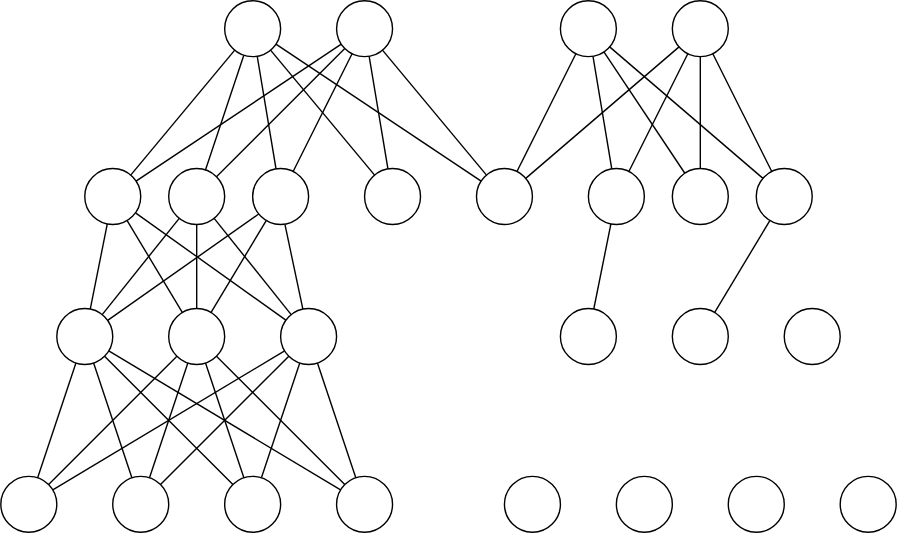
Above: MiKee.svg in mikee-AI/Udacity (draw.io), before the change. Source tidied: cells renumbered, new cells last; positions are measured from the earlier drawing's top-left corner, leaving out a move shared by most shapes.
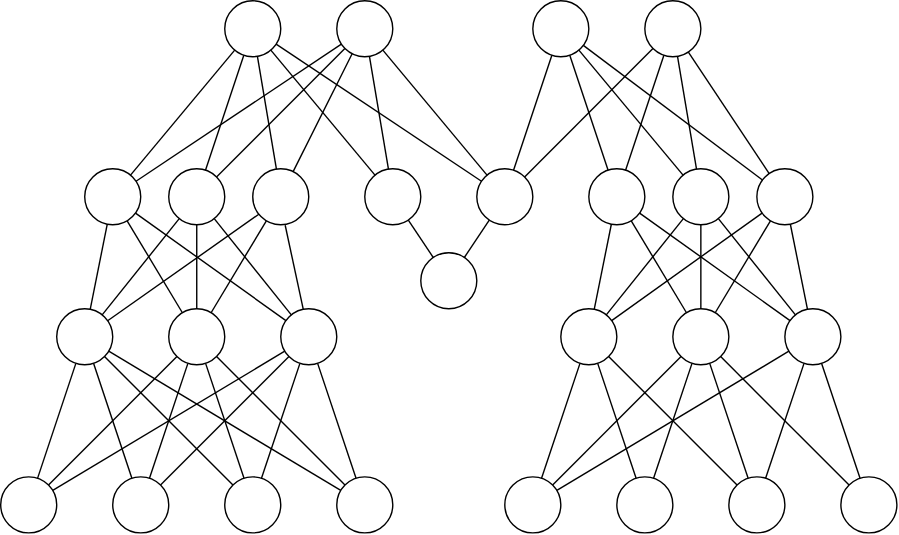
Above is the later version.

Diff of the diagram source:
```diff
@@ -138,10 +138,10 @@
       <mxGeometry relative="1" as="geometry" />
     </mxCell>
     <mxCell id="47" style="ellipse;whiteSpace=wrap;html=1;" parent="1" vertex="1">
-      <mxGeometry x="480" width="40" height="40" as="geometry" />
+      <mxGeometry x="460" width="40" height="40" as="geometry" />
     </mxCell>
     <mxCell id="48" style="ellipse;whiteSpace=wrap;html=1;" parent="1" vertex="1">
-      <mxGeometry x="400" width="40" height="40" as="geometry" />
+      <mxGeometry x="380" width="40" height="40" as="geometry" />
     </mxCell>
     <mxCell id="49" style="ellipse;whiteSpace=wrap;html=1;" parent="1" vertex="1">
       <mxGeometry x="480" y="120" width="40" height="40" as="geometry" />
@@ -203,5 +203,65 @@
     <mxCell id="68" style="endArrow=none;html=1;" parent="1" edge="1" source="52" target="51">
       <mxGeometry relative="1" as="geometry" />
     </mxCell>
+    <mxCell id="69" style="endArrow=none;html=1;" parent="1" edge="1" source="54" target="49">
+      <mxGeometry relative="1" as="geometry" />
+    </mxCell>
+    <mxCell id="70" style="endArrow=none;html=1;" parent="1" edge="1" source="54" target="51">
+      <mxGeometry relative="1" as="geometry" />
+    </mxCell>
+    <mxCell id="71" style="endArrow=none;html=1;" parent="1" edge="1" source="52" target="50">
+      <mxGeometry relative="1" as="geometry" />
+    </mxCell>
+    <mxCell id="72" style="endArrow=none;html=1;" parent="1" edge="1" source="53" target="50">
+      <mxGeometry relative="1" as="geometry" />
+    </mxCell>
+    <mxCell id="73" style="endArrow=none;html=1;" parent="1" edge="1" source="53" target="49">
+      <mxGeometry relative="1" as="geometry" />
+    </mxCell>
+    <mxCell id="74" style="endArrow=none;html=1;" parent="1" edge="1" source="53" target="51">
+      <mxGeometry relative="1" as="geometry" />
+    </mxCell>
+    <mxCell id="75" style="endArrow=none;html=1;" parent="1" edge="1" source="52" target="49">
+      <mxGeometry relative="1" as="geometry" />
+    </mxCell>
+    <mxCell id="76" style="endArrow=none;html=1;" parent="1" edge="1" source="58" target="54">
+      <mxGeometry relative="1" as="geometry" />
+    </mxCell>
+    <mxCell id="77" style="endArrow=none;html=1;" parent="1" edge="1" source="57" target="52">
+      <mxGeometry relative="1" as="geometry" />
+    </mxCell>
+    <mxCell id="78" style="endArrow=none;html=1;" parent="1" edge="1" source="55" target="53">
+      <mxGeometry relative="1" as="geometry" />
+    </mxCell>
+    <mxCell id="79" style="endArrow=none;html=1;" parent="1" edge="1" source="53" target="56">
+      <mxGeometry relative="1" as="geometry" />
+    </mxCell>
+    <mxCell id="80" style="endArrow=none;html=1;" parent="1" edge="1" source="58" target="52">
+      <mxGeometry relative="1" as="geometry" />
+    </mxCell>
+    <mxCell id="81" style="endArrow=none;html=1;" parent="1" edge="1" source="58" target="53">
+      <mxGeometry relative="1" as="geometry" />
+    </mxCell>
+    <mxCell id="82" style="endArrow=none;html=1;" parent="1" edge="1" source="57" target="54">
+      <mxGeometry relative="1" as="geometry" />
+    </mxCell>
+    <mxCell id="83" style="endArrow=none;html=1;" parent="1" edge="1" source="55" target="54">
+      <mxGeometry relative="1" as="geometry" />
+    </mxCell>
+    <mxCell id="84" style="endArrow=none;html=1;" parent="1" edge="1" source="55" target="52">
+      <mxGeometry relative="1" as="geometry" />
+    </mxCell>
+    <mxCell id="85" style="endArrow=none;html=1;" parent="1" edge="1" source="56" target="52">
+      <mxGeometry relative="1" as="geometry" />
+    </mxCell>
+    <mxCell id="86" style="ellipse;whiteSpace=wrap;html=1;direction=south;" parent="1" vertex="1">
+      <mxGeometry x="300" y="180" width="40" height="40" as="geometry" />
+    </mxCell>
+    <mxCell id="87" style="endArrow=none;html=1;" parent="1" edge="1" source="86" target="42">
+      <mxGeometry relative="1" as="geometry" />
+    </mxCell>
+    <mxCell id="88" style="endArrow=none;html=1;" parent="1" edge="1" source="86" target="41">
+      <mxGeometry relative="1" as="geometry" />
+    </mxCell>
   </root>
 </mxGraphModel>
```
